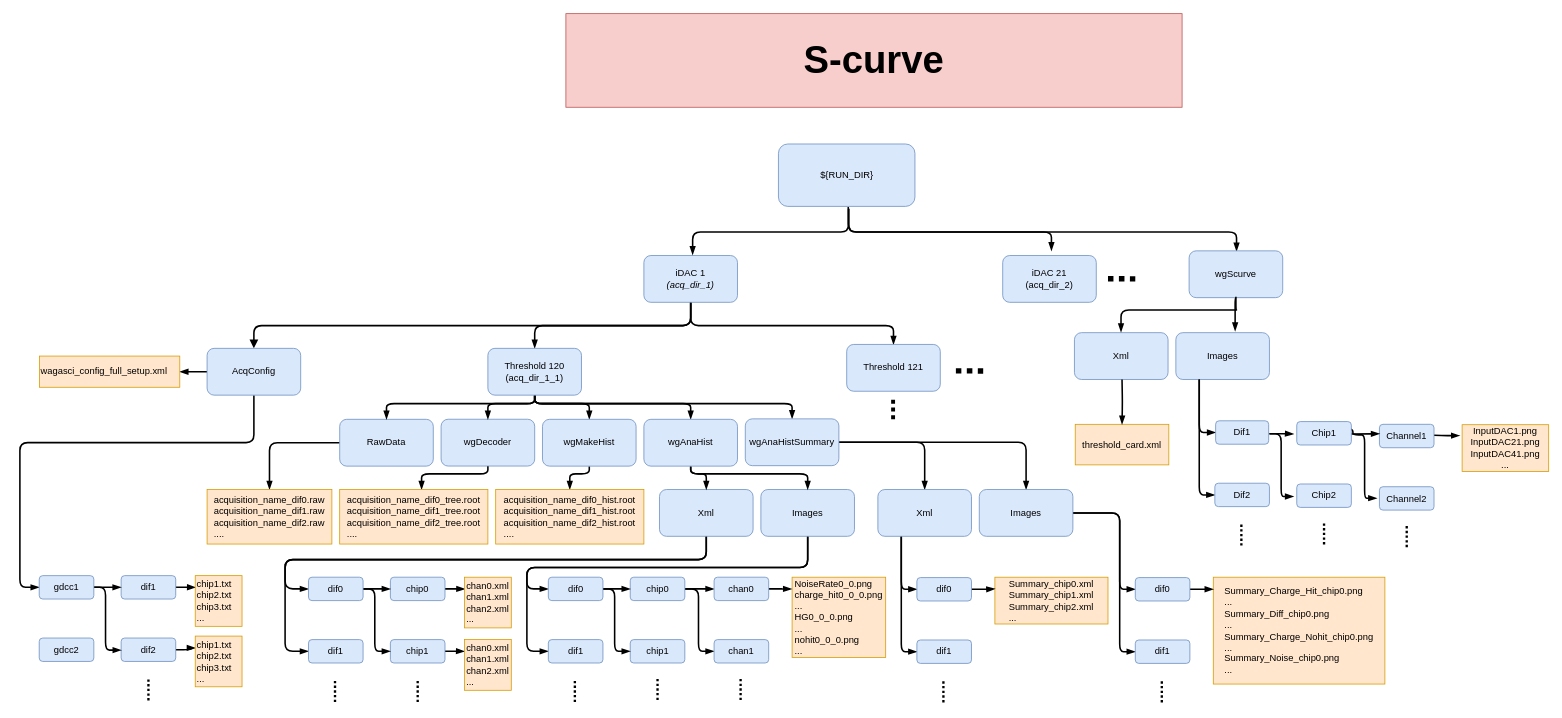
Before: page "S-curve tree" (2 of 2) of doc/images/Folder_tree.drawio in thos91/Analysis, a draw.io diagram. Source tidied: cells renumbered, new cells numbered last; positions are measured from the earlier drawing's top-left corner, leaving out a move shared by most shapes. Both pictures are drawn from the tidied source at 78%, with x=0, y=0 at pixel (20, 13).
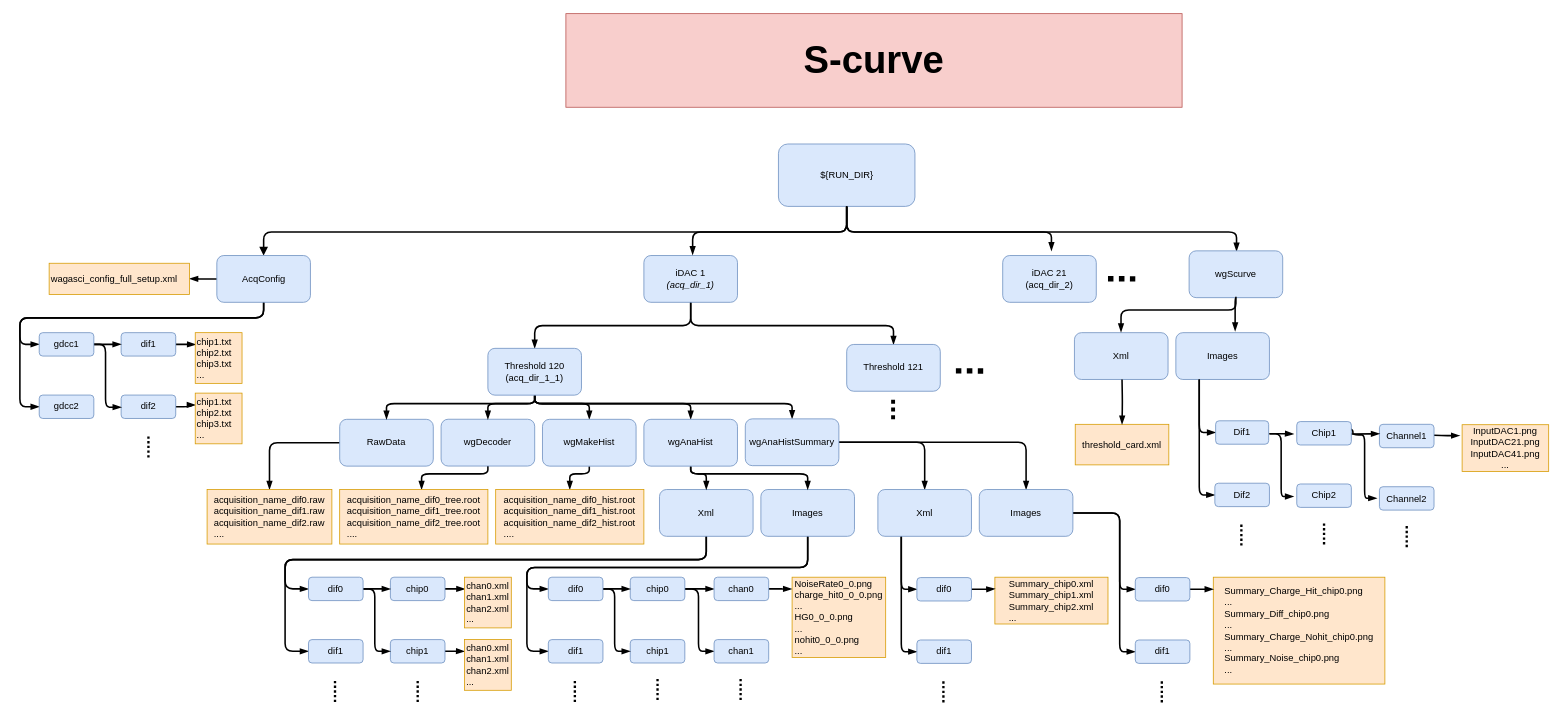
After the change.

Unchanged cells that the change refers to:
```xml
<mxCell id="2" value="${RUN_DIR}&lt;br&gt;" style="rounded=1;whiteSpace=wrap;html=1;fillColor=#dae8fc;strokeColor=#6c8ebf;" parent="1" vertex="1">
  <mxGeometry x="972.5" y="167.1" width="175" height="80" as="geometry" />
</mxCell>
<mxCell id="7" value="iDAC 1&lt;br&gt;&lt;i&gt;(acq_dir_1)&lt;/i&gt;&lt;br&gt;" style="rounded=1;whiteSpace=wrap;html=1;fillColor=#dae8fc;strokeColor=#6c8ebf;" parent="1" vertex="1">
  <mxGeometry x="800" y="310.1" width="120" height="60" as="geometry" />
</mxCell>
```

What changed in the source:
```diff
@@
-    <mxCell id="3" style="edgeStyle=orthogonalEdgeStyle;rounded=1;orthogonalLoop=1;jettySize=auto;html=1;strokeWidth=2;endArrow=blockThin;endFill=1;entryX=0.5;entryY=0;entryDx=0;entryDy=0;" parent="1" edge="1">
+    <mxCell id="3" style="edgeStyle=orthogonalEdgeStyle;rounded=1;jettySize=auto;html=1;strokeWidth=2;endArrow=blockThin;endFill=1;entryX=0.5;entryY=0;entryDx=0;entryDy=0;exitX=0.5;exitY=1;exitDx=0;exitDy=0;" parent="1" edge="1" source="2">
       <mxGeometry relative="1" as="geometry">
-        <mxPoint x="1062" y="248" as="sourcePoint" />
         <mxPoint x="1559.8" y="304.6" as="targetPoint" />
         <Array as="points">
-          <mxPoint x="1062" y="280" />
+          <mxPoint x="1060" y="280" />
           <mxPoint x="1560" y="280" />
         </Array>
       </mxGeometry>
     </mxCell>
@@
-    <mxCell id="6" style="edgeStyle=orthogonalEdgeStyle;rounded=1;jettySize=auto;html=1;endArrow=block;endFill=1;strokeWidth=2;" parent="1" edge="1" source="7" target="112">
+    <mxCell id="6" style="edgeStyle=orthogonalEdgeStyle;rounded=1;jettySize=auto;html=1;endArrow=block;endFill=1;strokeWidth=2;exitX=0.5;exitY=1;exitDx=0;exitDy=0;entryX=0.5;entryY=0;entryDx=0;entryDy=0;" parent="1" edge="1" source="2" target="112">
       <mxGeometry relative="1" as="geometry">
         <Array as="points">
-          <mxPoint x="860" y="400" />
-          <mxPoint x="300" y="400" />
+          <mxPoint x="1060" y="280" />
+          <mxPoint x="313" y="280" />
         </Array>
       </mxGeometry>
     </mxCell>
@@
-    <mxCell id="88" style="edgeStyle=orthogonalEdgeStyle;rounded=1;orthogonalLoop=1;jettySize=auto;html=1;endArrow=blockThin;endFill=1;strokeWidth=2;exitX=0.5;exitY=1;exitDx=0;exitDy=0;entryX=0.5;entryY=0;entryDx=0;entryDy=0;" parent="1" edge="1">
+    <mxCell id="88" style="edgeStyle=orthogonalEdgeStyle;rounded=1;jettySize=auto;html=1;endArrow=blockThin;endFill=1;strokeWidth=2;exitX=0.5;exitY=1;exitDx=0;exitDy=0;entryX=0.5;entryY=0;entryDx=0;entryDy=0;" parent="1" edge="1" source="2">
       <mxGeometry relative="1" as="geometry">
-        <mxPoint x="1062.5" y="250" as="sourcePoint" />
         <mxPoint x="1322.5" y="304" as="targetPoint" />
         <Array as="points">
-          <mxPoint x="1062.5" y="280" />
-          <mxPoint x="1322.5" y="280" />
+          <mxPoint x="1060" y="280" />
+          <mxPoint x="1322" y="280" />
         </Array>
       </mxGeometry>
     </mxCell>
-    <mxCell id="89" style="edgeStyle=orthogonalEdgeStyle;rounded=1;orthogonalLoop=1;jettySize=auto;html=1;endArrow=blockThin;endFill=1;strokeWidth=2;exitX=0.5;exitY=1;exitDx=0;exitDy=0;" parent="1" edge="1">
+    <mxCell id="89" style="edgeStyle=orthogonalEdgeStyle;rounded=1;jettySize=auto;html=1;endArrow=blockThin;endFill=1;strokeWidth=2;exitX=0.5;exitY=1;exitDx=0;exitDy=0;" parent="1" edge="1" source="2">
       <mxGeometry relative="1" as="geometry">
-        <mxPoint x="1062.5" y="250" as="sourcePoint" />
         <mxPoint x="862.5" y="309.1" as="targetPoint" />
         <Array as="points">
-          <mxPoint x="1062.5" y="280" />
-          <mxPoint x="862.5" y="280" />
+          <mxPoint x="1060" y="280" />
+          <mxPoint x="862" y="280" />
         </Array>
       </mxGeometry>
     </mxCell>
@@
     <mxCell id="91" style="edgeStyle=orthogonalEdgeStyle;rounded=1;orthogonalLoop=1;jettySize=auto;html=1;endArrow=blockThin;endFill=1;strokeWidth=2;exitX=0.5;exitY=1;exitDx=0;exitDy=0;entryX=0.5;entryY=0;entryDx=0;entryDy=0;" parent="1" edge="1">
       <mxGeometry relative="1" as="geometry">
         <mxPoint x="1559" y="363" as="sourcePoint" />
         <mxPoint x="1411.7" y="408.3" as="targetPoint" />
         <Array as="points">
-          <mxPoint x="1560" y="380" />
-          <mxPoint x="1640" y="380" />
+          <mxPoint x="1559" y="380" />
+          <mxPoint x="1411" y="380" />
         </Array>
       </mxGeometry>
     </mxCell>
@@
     <mxCell id="110" style="edgeStyle=orthogonalEdgeStyle;rounded=1;jettySize=auto;html=1;entryX=0;entryY=0.5;entryDx=0;entryDy=0;endArrow=blockThin;endFill=1;strokeWidth=2;exitX=0.5;exitY=1;exitDx=0;exitDy=0;" parent="1" edge="1" source="112" target="122">
       <mxGeometry relative="1" as="geometry">
         <Array as="points">
-          <mxPoint x="300" y="550" />
-          <mxPoint y="550" />
-          <mxPoint y="736" />
+          <mxPoint x="312" y="390" />
+          <mxPoint y="390" />
+          <mxPoint y="424" />
         </Array>
       </mxGeometry>
     </mxCell>
@@
+    <mxCell id="125" style="edgeStyle=orthogonalEdgeStyle;rounded=1;jettySize=auto;html=1;entryX=0;entryY=0.5;entryDx=0;entryDy=0;strokeWidth=2;endArrow=blockThin;endFill=1;" parent="1" edge="1" source="112" target="123">
+      <mxGeometry relative="1" as="geometry">
+        <Array as="points">
+          <mxPoint x="312" y="390" />
+          <mxPoint y="390" />
+          <mxPoint y="504" />
+        </Array>
+      </mxGeometry>
+    </mxCell>
     <mxCell id="112" value="AcqConfig" style="rounded=1;whiteSpace=wrap;html=1;fillColor=#dae8fc;strokeColor=#6c8ebf;" parent="1" vertex="1">
-      <mxGeometry x="240" y="429.1" width="120" height="60" as="geometry" />
+      <mxGeometry x="252.5" y="310.1" width="120" height="60" as="geometry" />
     </mxCell>
@@
     <mxCell id="114" value="dif1" style="rounded=1;whiteSpace=wrap;html=1;fillColor=#dae8fc;strokeColor=#6c8ebf;" parent="1" vertex="1">
-      <mxGeometry x="129.8" y="720.5" width="70" height="30" as="geometry" />
+      <mxGeometry x="129.8" y="409" width="70" height="30" as="geometry" />
     </mxCell>
@@
     <mxCell id="116" value="dif2" style="rounded=1;whiteSpace=wrap;html=1;fillColor=#dae8fc;strokeColor=#6c8ebf;" parent="1" vertex="1">
-      <mxGeometry x="129.8" y="800.5" width="70" height="30" as="geometry" />
+      <mxGeometry x="129.8" y="489" width="70" height="30" as="geometry" />
     </mxCell>
     <mxCell id="117" value="chip1.txt&lt;br&gt;chip2.txt&lt;br&gt;chip3.txt&lt;br&gt;..." style="rounded=0;whiteSpace=wrap;html=1;fillColor=#ffe6cc;strokeColor=#d79b00;align=left;" parent="1" vertex="1">
-      <mxGeometry x="224.8" y="720.5" width="60" height="65" as="geometry" />
+      <mxGeometry x="224.8" y="409" width="60" height="65" as="geometry" />
     </mxCell>
     <mxCell id="118" value="&lt;span&gt;chip1.txt&lt;/span&gt;&lt;br&gt;&lt;span&gt;chip2.txt&lt;/span&gt;&lt;br&gt;&lt;span&gt;chip3.txt&lt;/span&gt;&lt;br&gt;&lt;span&gt;...&lt;/span&gt;" style="rounded=0;whiteSpace=wrap;html=1;fillColor=#ffe6cc;strokeColor=#d79b00;align=left;" parent="1" vertex="1">
-      <mxGeometry x="224.8" y="798" width="60" height="65" as="geometry" />
+      <mxGeometry x="224.8" y="486.5" width="60" height="65" as="geometry" />
     </mxCell>
     <mxCell id="119" style="endArrow=none;dashed=1;html=1;strokeWidth=3;dashPattern=1 1;" parent="1" edge="1">
       <mxGeometry relative="1" as="geometry">
-        <mxPoint x="164.8" y="880.5" as="sourcePoint" />
-        <mxPoint x="164.8" y="850.5" as="targetPoint" />
+        <mxPoint x="164.8" y="569" as="sourcePoint" />
+        <mxPoint x="164.8" y="539" as="targetPoint" />
       </mxGeometry>
     </mxCell>
@@
     <mxCell id="121" style="edgeStyle=orthogonalEdgeStyle;rounded=1;jettySize=auto;html=1;endArrow=blockThin;endFill=1;strokeWidth=2;" parent="1" edge="1" source="122">
       <mxGeometry relative="1" as="geometry">
-        <mxPoint x="130" y="816" as="targetPoint" />
+        <mxPoint x="130" y="504.5" as="targetPoint" />
         <Array as="points">
-          <mxPoint x="109.8" y="736" />
-          <mxPoint x="109.8" y="816" />
+          <mxPoint x="109.8" y="424.5" />
+          <mxPoint x="109.8" y="504.5" />
         </Array>
       </mxGeometry>
     </mxCell>
     <mxCell id="122" value="gdcc1" style="rounded=1;whiteSpace=wrap;html=1;fillColor=#dae8fc;strokeColor=#6c8ebf;" parent="1" vertex="1">
-      <mxGeometry x="24.8" y="720.5" width="70" height="30" as="geometry" />
+      <mxGeometry x="24.8" y="409" width="70" height="30" as="geometry" />
     </mxCell>
     <mxCell id="123" value="gdcc2" style="rounded=1;whiteSpace=wrap;html=1;fillColor=#dae8fc;strokeColor=#6c8ebf;" parent="1" vertex="1">
-      <mxGeometry x="24.8" y="800.5" width="70" height="30" as="geometry" />
+      <mxGeometry x="24.8" y="489" width="70" height="30" as="geometry" />
     </mxCell>
     <mxCell id="124" value="wagasci_config_full_setup.xml" style="rounded=0;whiteSpace=wrap;html=1;fillColor=#ffe6cc;strokeColor=#d79b00;align=left;" parent="1" vertex="1">
-      <mxGeometry x="25" y="439" width="180" height="40" as="geometry" />
+      <mxGeometry x="37.5" y="320" width="180" height="40" as="geometry" />
     </mxCell>
```
